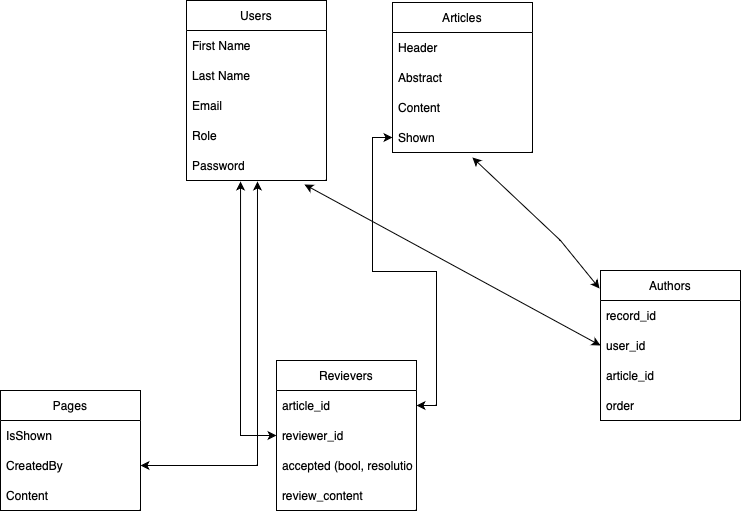
Above: dokumenty/ER-Model/TBAG_Science_v2.drawio.png in voky00/TBAG2.0_RSP_projekt (draw.io), before the change. Source tidied: cells renumbered, new cells last; positions are measured from the earlier drawing's top-left corner, leaving out a move shared by most shapes.
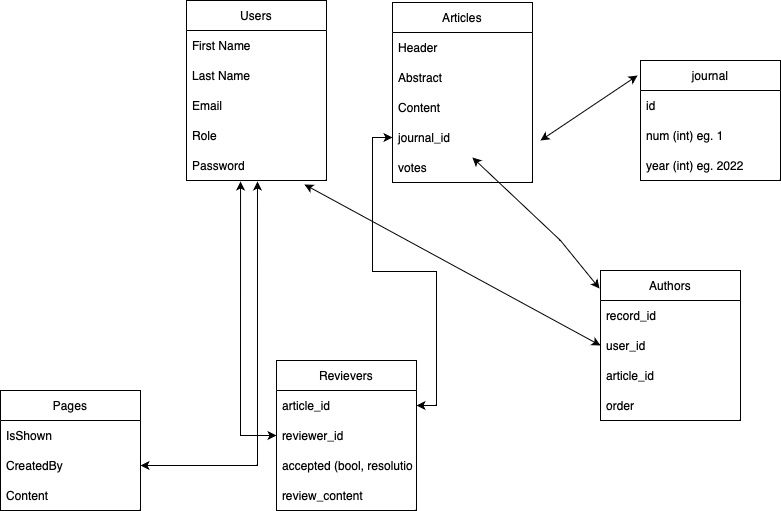
Above is the later version.

Commit message:
updated database model/sql script

Diff of the diagram source:
```diff
@@ -21,7 +21,7 @@
       <mxGeometry y="150" width="140" height="30" as="geometry" />
     </mxCell>
     <mxCell id="8" value="Articles" style="swimlane;fontStyle=0;horizontal=1;startSize=30;" parent="1" vertex="1">
-      <mxGeometry x="392" y="2" width="140" height="150" as="geometry" />
+      <mxGeometry x="392" y="2" width="140" height="180" as="geometry" />
     </mxCell>
     <mxCell id="9" value="Header" style="text;strokeColor=none;fillColor=none;align=left;verticalAlign=middle;spacingLeft=4;spacingRight=4;overflow=hidden;" parent="8" vertex="1">
       <mxGeometry y="30" width="140" height="30" as="geometry" />
@@ -32,9 +32,12 @@
     <mxCell id="11" value="Content" style="text;strokeColor=none;fillColor=none;align=left;verticalAlign=middle;spacingLeft=4;spacingRight=4;overflow=hidden;" parent="8" vertex="1">
       <mxGeometry y="90" width="140" height="30" as="geometry" />
     </mxCell>
-    <mxCell id="12" value="Shown" style="text;strokeColor=none;fillColor=none;align=left;verticalAlign=middle;spacingLeft=4;spacingRight=4;overflow=hidden;points=[[0,0.5],[1,0.5]];portConstraint=eastwest;" parent="8" vertex="1">
+    <mxCell id="12" value="journal_id" style="text;strokeColor=none;fillColor=none;align=left;verticalAlign=middle;spacingLeft=4;spacingRight=4;overflow=hidden;points=[[0,0.5],[1,0.5]];portConstraint=eastwest;" parent="8" vertex="1">
       <mxGeometry y="120" width="140" height="30" as="geometry" />
     </mxCell>
+    <mxCell id="32" value="votes" style="text;strokeColor=none;fillColor=none;align=left;verticalAlign=middle;spacingLeft=4;spacingRight=4;overflow=hidden;" parent="8" vertex="1">
+      <mxGeometry y="150" width="140" height="30" as="geometry" />
+    </mxCell>
     <mxCell id="13" value="Revievers" style="swimlane;fontStyle=0;horizontal=1;startSize=30;" parent="1" vertex="1">
       <mxGeometry x="276" y="360" width="140" height="150" as="geometry" />
     </mxCell>
@@ -96,5 +99,22 @@
     <mxCell id="31" style="endArrow=classic;startArrow=classic;html=1;rounded=0;entryX=0.843;entryY=1.133;entryDx=0;entryDy=0;entryPerimeter=0;exitX=0;exitY=0.5;exitDx=0;exitDy=0;" parent="1" edge="1" source="27" target="7">
       <mxGeometry relative="1" as="geometry" />
     </mxCell>
+    <mxCell id="33" value="journal" style="swimlane;fontStyle=0;horizontal=1;startSize=30;whiteSpace=wrap;html=1;" parent="1" vertex="1">
+      <mxGeometry x="640" y="60" width="140" height="120" as="geometry" />
+    </mxCell>
+    <mxCell id="34" value="id" style="text;strokeColor=none;fillColor=none;align=left;verticalAlign=middle;spacingLeft=4;spacingRight=4;overflow=hidden;whiteSpace=wrap;html=1;" parent="33" vertex="1">
+      <mxGeometry y="30" width="140" height="30" as="geometry" />
+    </mxCell>
+    <mxCell id="35" value="num (int) eg. 1" style="text;strokeColor=none;fillColor=none;align=left;verticalAlign=middle;spacingLeft=4;spacingRight=4;overflow=hidden;whiteSpace=wrap;html=1;" parent="33" vertex="1">
+      <mxGeometry y="60" width="140" height="30" as="geometry" />
+    </mxCell>
+    <mxCell id="36" value="year (int) eg. 2022" style="text;strokeColor=none;fillColor=none;align=left;verticalAlign=middle;spacingLeft=4;spacingRight=4;overflow=hidden;whiteSpace=wrap;html=1;" parent="33" vertex="1">
+      <mxGeometry y="90" width="140" height="30" as="geometry" />
+    </mxCell>
+    <mxCell id="37" style="endArrow=classic;startArrow=classic;html=1;rounded=0;entryX=-0.021;entryY=0.125;entryDx=0;entryDy=0;entryPerimeter=0;" parent="1" edge="1" target="33">
+      <mxGeometry relative="1" as="geometry">
+        <mxPoint x="540" y="140" as="sourcePoint" />
+      </mxGeometry>
+    </mxCell>
   </root>
 </mxGraphModel>
```
